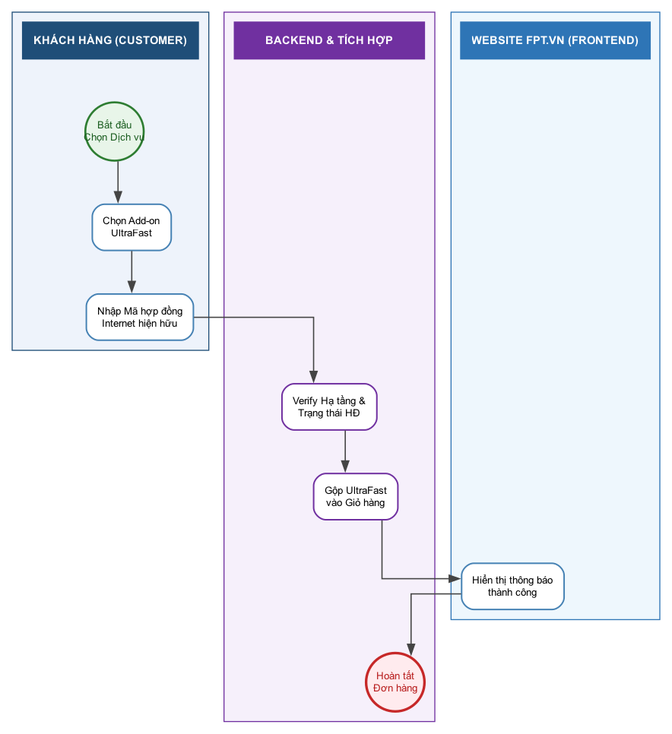
Before: diagrams/bpmn_fr06_ultrafast.png, a diagram exported from Graphviz (hathuy2706-BA/FPT). Its source is kept beside it as diagrams/bpmn_fr06_ultrafast.dot.
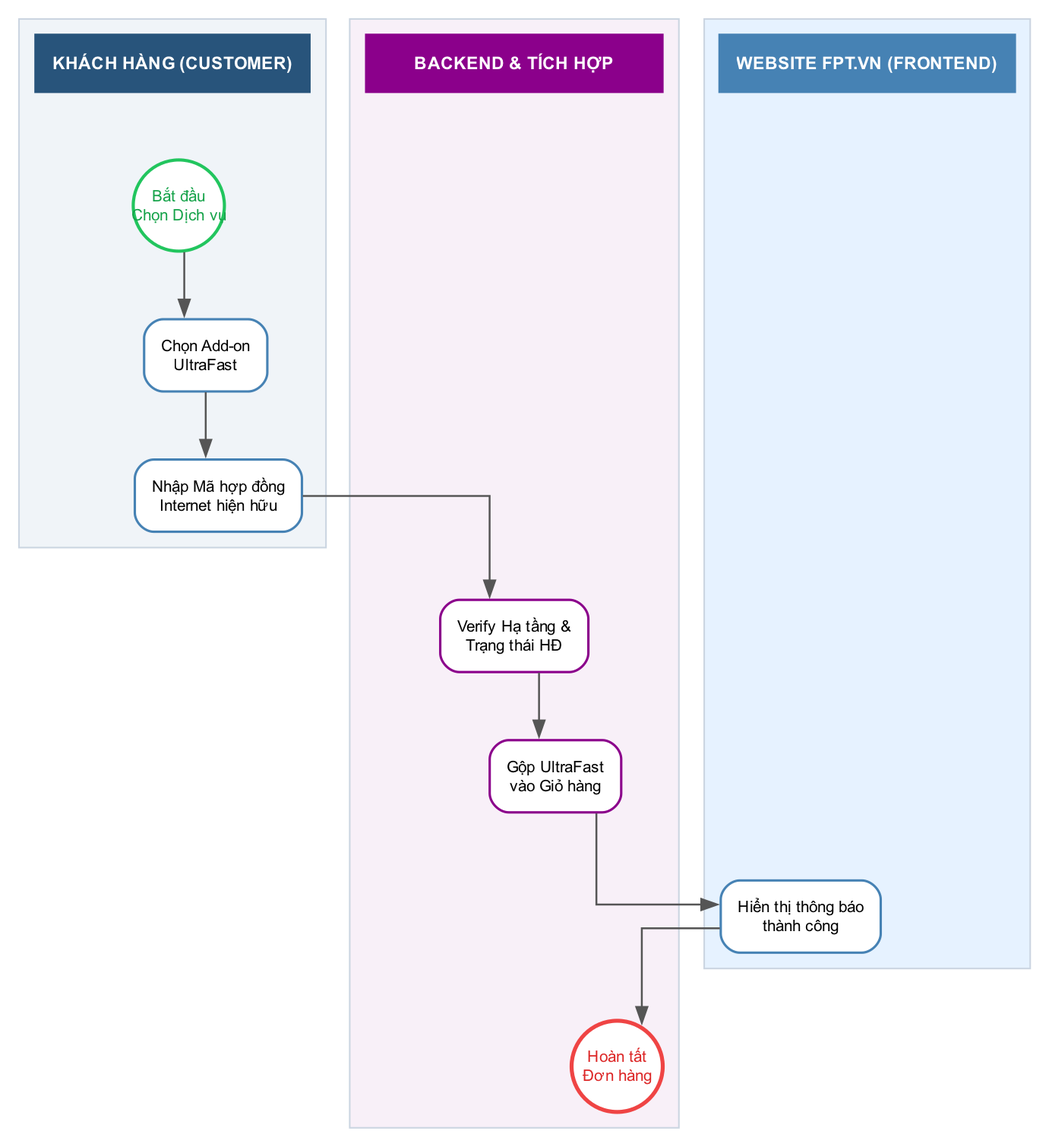
The same file after the commit.

Diff of the diagram source:
```diff
@@ -9,28 +9,28 @@
     fontname="Arial";
 
     node [fontname="Arial", fontsize=10, shape=box, style="rounded,filled", fillcolor="white", color="#4682B4", penwidth=1.5, margin=0.15];
-    edge [fontname="Arial", fontsize=9, color="#444444", penwidth=1.2];
+    edge [fontname="Arial", fontsize=9, color="#555555", penwidth=1.2];
 
     subgraph cluster_customer {
-        style=filled; color="#1f4e78"; fillcolor="#eef3fb"; penwidth=1; label=""; margin=10;
-        h_cust [label="KHÁCH HÀNG (CUSTOMER)", shape=box, style="filled", fillcolor="#1f4e78", color="#1f4e78", fontcolor="white", fontsize=11, fontname="Arial bold", width=2.4, height=0.5, fixedsize=false];
-        start [label="Bắt đầu\nChọn Dịch vụ", shape=circle, style="filled,bold", fillcolor="#e8f5e9", color="#2e7d32", fontcolor="#1b5e20", penwidth=2, width=0.8, fixedsize=true];
+        style=filled; color="#CBD5E1"; fillcolor="#F0F4F8"; penwidth=1; label=""; margin=10;
+        h_cust [label="KHÁCH HÀNG (CUSTOMER)", shape=box, style="filled", fillcolor="#28547B", color="#28547B", fontcolor="white", fontsize=11, fontname="Arial bold", width=2.4, height=0.5, fixedsize=false];
+        start [label="Bắt đầu\nChọn Dịch vụ", shape=circle, style="filled,bold", fillcolor="white", color="#22C55E", fontcolor="#16A34A", penwidth=2, width=0.8, fixedsize=true];
         select_addon [label="Chọn Add-on\nUltraFast"];
         link_contract [label="Nhập Mã hợp đồng\nInternet hiện hữu"];
         h_cust -> start [style=invis];
     }
     subgraph cluster_fe {
-        style=filled; color="#2e75b6"; fillcolor="#eef7fd"; penwidth=1; label=""; margin=10;
-        h_fe [label="WEBSITE FPT.VN (FRONTEND)", shape=box, style="filled", fillcolor="#2e75b6", color="#2e75b6", fontcolor="white", fontsize=11, fontname="Arial bold", width=2.4, height=0.5, fixedsize=false];
+        style=filled; color="#CBD5E1"; fillcolor="#E6F2FF"; penwidth=1; label=""; margin=10;
+        h_fe [label="WEBSITE FPT.VN (FRONTEND)", shape=box, style="filled", fillcolor="#4682B4", color="#4682B4", fontcolor="white", fontsize=11, fontname="Arial bold", width=2.4, height=0.5, fixedsize=false];
         display_success [label="Hiển thị thông báo\nthành công"];
         h_fe -> display_success [style=invis];
     }
     subgraph cluster_be {
-        style=filled; color="#7030a0"; fillcolor="#f6f0fb"; penwidth=1; label=""; margin=10;
-        h_be [label="BACKEND & TÍCH HỢP", shape=box, style="filled", fillcolor="#7030a0", color="#7030a0", fontcolor="white", fontsize=11, fontname="Arial bold", width=2.6, height=0.5, fixedsize=false];
-        verify_contract [label="Verify Hạ tầng &\nTrạng thái HĐ", color="#7030a0"];
-        bind_addon [label="Gộp UltraFast\nvào Giỏ hàng", color="#7030a0"];
-        end [label="Hoàn tất\nĐơn hàng", shape=circle, style="filled,bold", fillcolor="#ffebee", color="#c62828", fontcolor="#b71c1c", penwidth=2.5, width=0.8, fixedsize=true];
+        style=filled; color="#CBD5E1"; fillcolor="#F8F0F8"; penwidth=1; label=""; margin=10;
+        h_be [label="BACKEND & TÍCH HỢP", shape=box, style="filled", fillcolor="#8B008B", color="#8B008B", fontcolor="white", fontsize=11, fontname="Arial bold", width=2.6, height=0.5, fixedsize=false];
+        verify_contract [label="Verify Hạ tầng &\nTrạng thái HĐ", color="#8B008B"];
+        bind_addon [label="Gộp UltraFast\nvào Giỏ hàng", color="#8B008B"];
+        end [label="Hoàn tất\nĐơn hàng", shape=circle, style="filled,bold", fillcolor="white", color="#EF4444", fontcolor="#DC2626", penwidth=2.5, width=0.8, fixedsize=true];
         h_be -> verify_contract [style=invis];
     }
     { rank=same; h_cust; h_fe; h_be; }
```
